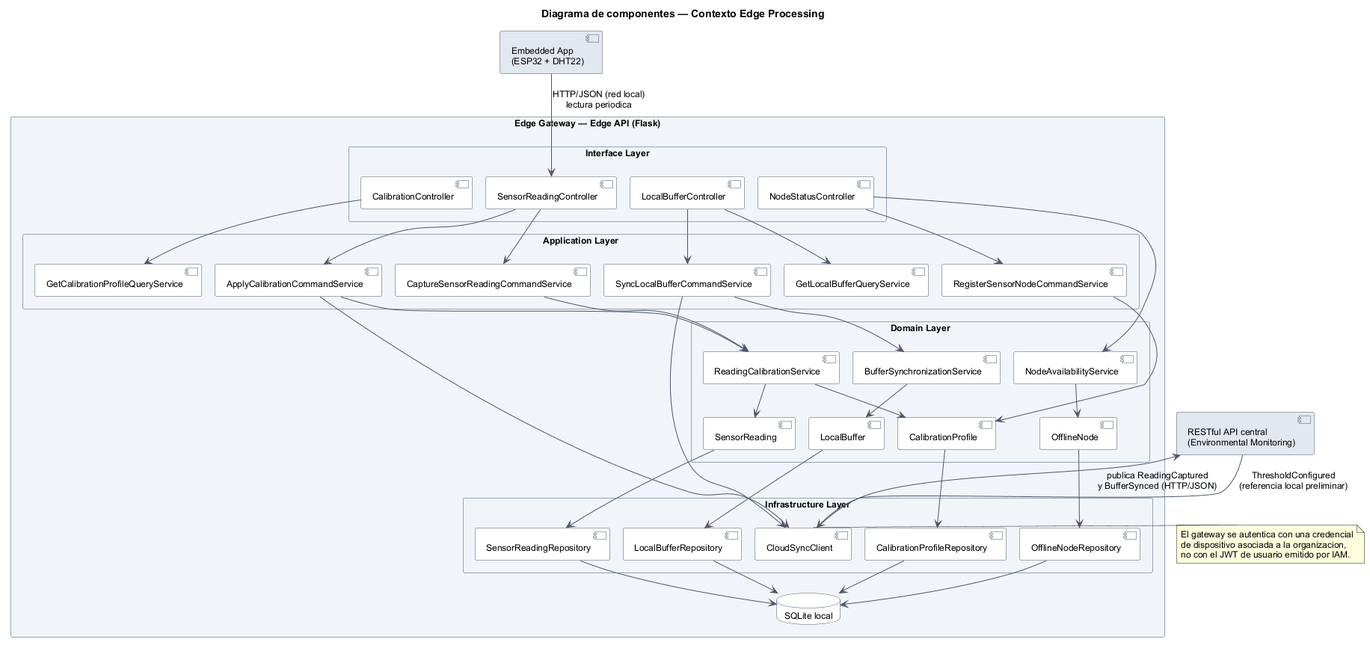
Before: assets/img/chapter-4/BC Edge Processing/Component Diagram - Edge Processing.png, a diagram exported from PlantUML (MachineGuard/MachineGuard-Documentation). The source it was exported from:
```plantuml
@startuml
!pragma layout smetana
title Diagrama de componentes — Contexto Edge Processing

skinparam backgroundColor white
skinparam shadowing false
skinparam defaultFontName Arial
skinparam defaultFontSize 12
skinparam componentBorderColor #4A5568
skinparam componentBackgroundColor #F8FAFC
skinparam databaseBorderColor #4A5568
skinparam databaseBackgroundColor #F8FAFC
skinparam ArrowColor #4A5568
skinparam packageStyle rectangle
skinparam packageBorderColor #94A3B8
skinparam packageBackgroundColor #F1F5F9
skinparam nodesep 30
skinparam ranksep 45

component "Embedded App\n(ESP32 + DHT22)" as ESP32 #E2E8F0
component "RESTful API central\n(Environmental Monitoring)" as EM #E2E8F0

package "Edge Gateway — Edge API (Flask)" as Gateway {

  package "Interface Layer" as Interface {
    component SensorReadingController as SRC
    component CalibrationController as CC
    component LocalBufferController as LBC
    component NodeStatusController as NSC
  }

  package "Application Layer" as Application {
    component CaptureSensorReadingCommandService as CSRCS
    component ApplyCalibrationCommandService as ACCS
    component SyncLocalBufferCommandService as SLBCS
    component RegisterSensorNodeCommandService as RSNCS
    component GetLocalBufferQueryService as GLBQS
    component GetCalibrationProfileQueryService as GCPQS
  }

  package "Domain Layer" as Domain {
    component ReadingCalibrationService as RCS
    component BufferSynchronizationService as BSS
    component NodeAvailabilityService as NAS
    component SensorReading as SR
    component CalibrationProfile as CP
    component LocalBuffer as LB
    component OfflineNode as ON
  }

  package "Infrastructure Layer" as Infrastructure {
    component SensorReadingRepository as SRR
    component CalibrationProfileRepository as CPR
    component LocalBufferRepository as LBR
    component OfflineNodeRepository as ONR
    component CloudSyncClient as CSC
  }

  database "SQLite local" as SQLite
}

ESP32 -down-> SRC : HTTP/JSON (red local)\nlectura periodica

SRC -down-> CSRCS
SRC -down-> ACCS
CC -down-> GCPQS
LBC -down-> SLBCS
LBC -down-> GLBQS
NSC -down-> RSNCS

CSRCS -down-> RCS
ACCS -down-> RCS
SLBCS -down-> BSS
RSNCS -down-> CP
NSC -down-> NAS

RCS -down-> SR
RCS -down-> CP
BSS -down-> LB
NAS -down-> ON

SR -down-> SRR
CP -down-> CPR
LB -down-> LBR
ON -down-> ONR

SRR -down-> SQLite
CPR -down-> SQLite
LBR -down-> SQLite
ONR -down-> SQLite

SLBCS -right-> CSC
ACCS -right-> CSC
CSC -up-> EM : publica ReadingCaptured\ny BufferSynced (HTTP/JSON)
EM -down-> CSC : ThresholdConfigured\n(referencia local preliminar)

note right of CSC
  El gateway se autentica con una credencial
  de dispositivo asociada a la organizacion,
  no con el JWT de usuario emitido por IAM.
end note
@enduml
```
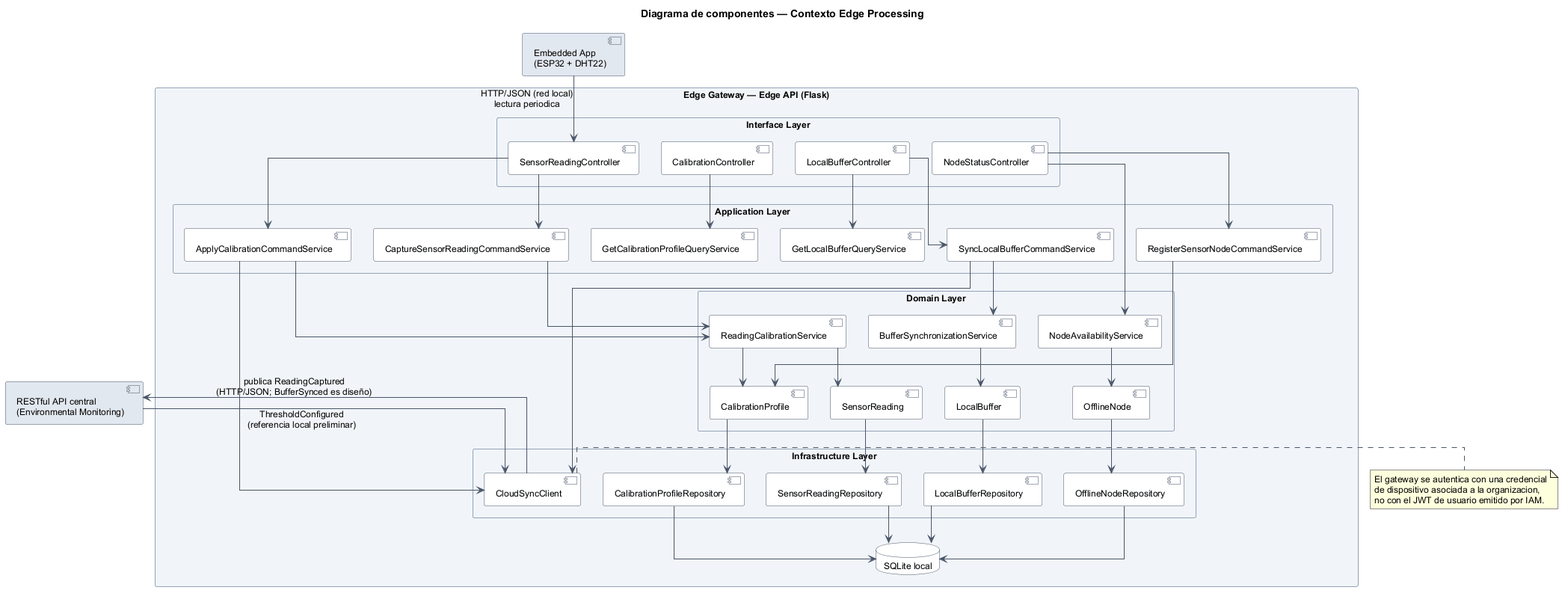
Above is the later version.

Commit message:
docs(chapter4): export updated plantuml diagrams

What changed in the source:
```diff
@@ -1,5 +1,5 @@
 @startuml
-!pragma layout smetana
+skinparamlocked linetype ortho
 title Diagrama de componentes — Contexto Edge Processing
 
 skinparam backgroundColor white
@@ -91,7 +91,7 @@
 
 SLBCS -right-> CSC
 ACCS -right-> CSC
-CSC -up-> EM : publica ReadingCaptured\ny BufferSynced (HTTP/JSON)
+CSC -up-> EM : publica ReadingCaptured\n(HTTP/JSON; BufferSynced es diseño)
 EM -down-> CSC : ThresholdConfigured\n(referencia local preliminar)
 
 note right of CSC
```
